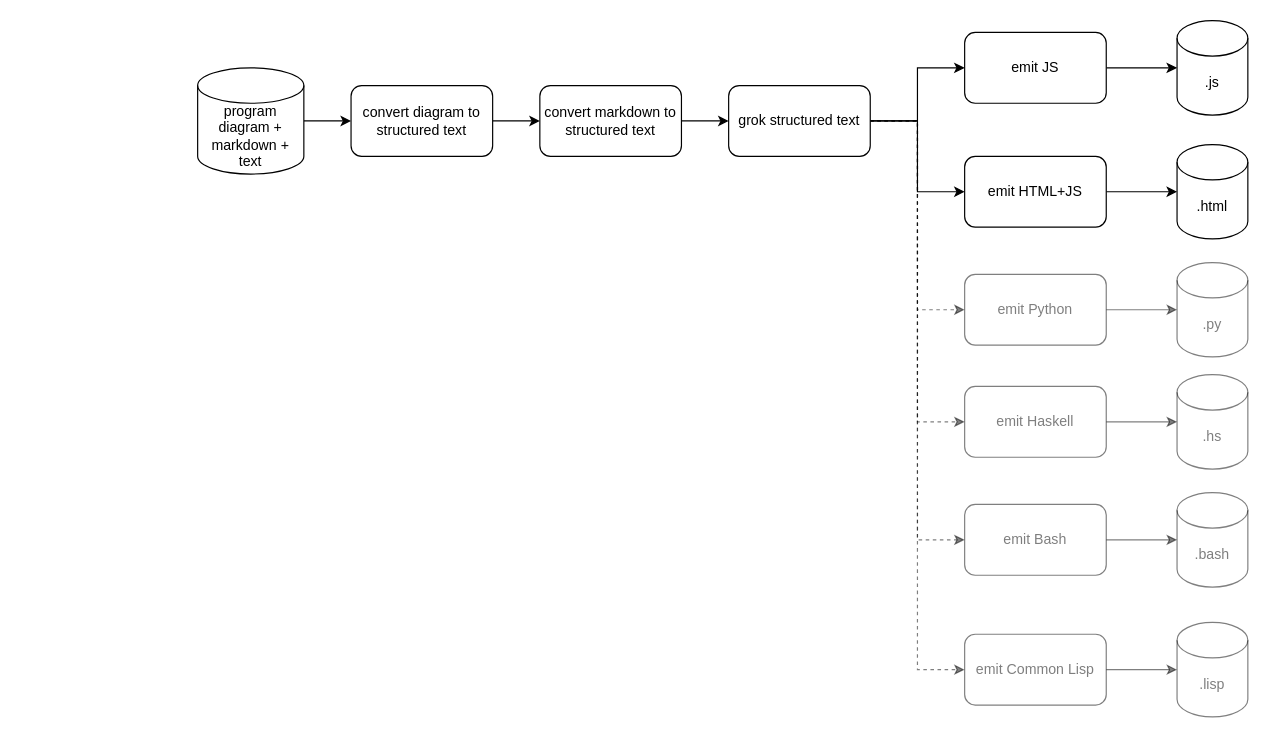
This is page "Page-1" (1 of 2) of scripttranspile/plsuccessiverefinement.drawio from guitarvydas/hamburgerworkbenchT0D, a draw.io file, before an edit. Source tidied: cells renumbered, new cells numbered last; positions are measured from the earlier drawing's top-left corner, leaving out a move shared by most shapes. Both pictures are drawn from the tidied source at 118%, with x=0, y=0 at pixel (197, 20).
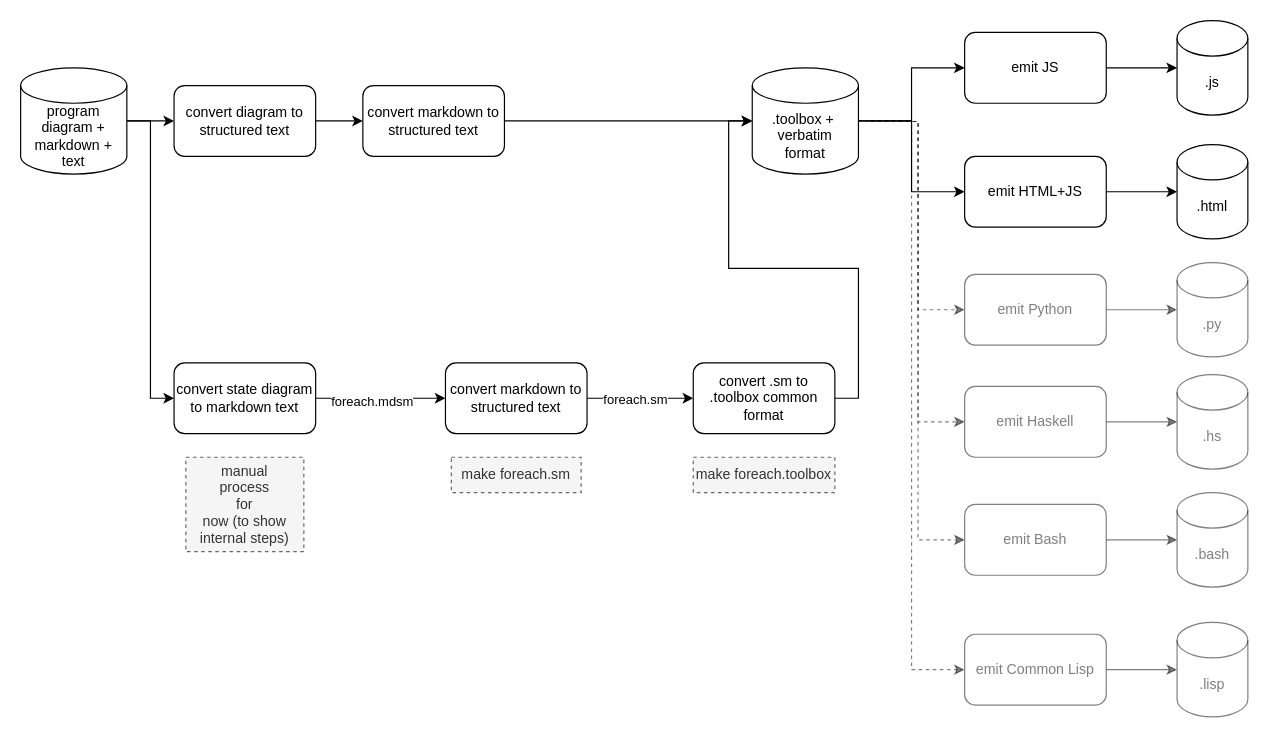
Above is the later version.

Unchanged cells that the change refers to:
```xml
<mxCell id="16" value="emit JS" style="rounded=1;whiteSpace=wrap;html=1;" parent="1" vertex="1">
  <mxGeometry x="650" y="10" width="120" height="60" as="geometry" />
</mxCell>
<mxCell id="19" value="emit HTML+JS" style="rounded=1;whiteSpace=wrap;html=1;" parent="1" vertex="1">
  <mxGeometry x="650" y="115" width="120" height="60" as="geometry" />
</mxCell>
<mxCell id="22" value="emit Python" style="rounded=1;whiteSpace=wrap;html=1;opacity=50;textOpacity=50;" parent="1" vertex="1">
  <mxGeometry x="650" y="215" width="120" height="60" as="geometry" />
</mxCell>
<mxCell id="25" value="emit Haskell" style="rounded=1;whiteSpace=wrap;html=1;opacity=50;textOpacity=50;" parent="1" vertex="1">
  <mxGeometry x="650" y="310" width="120" height="60" as="geometry" />
</mxCell>
<mxCell id="28" value="emit Bash" style="rounded=1;whiteSpace=wrap;html=1;opacity=50;textOpacity=50;" parent="1" vertex="1">
  <mxGeometry x="650" y="410" width="120" height="60" as="geometry" />
</mxCell>
<mxCell id="31" value="emit Common Lisp" style="rounded=1;whiteSpace=wrap;html=1;opacity=50;textOpacity=50;" parent="1" vertex="1">
  <mxGeometry x="650" y="520" width="120" height="60" as="geometry" />
</mxCell>
```

What changed in the source:
```diff
@@
+    <mxCell id="33" style="edgeStyle=orthogonalEdgeStyle;rounded=0;jettySize=auto;html=1;exitX=1;exitY=0.5;exitDx=0;exitDy=0;exitPerimeter=0;entryX=0;entryY=0.5;entryDx=0;entryDy=0;" parent="1" edge="1" source="3" target="38">
+      <mxGeometry relative="1" as="geometry" />
+    </mxCell>
     <mxCell id="3" value="program&lt;br&gt;diagram +&lt;br&gt;markdown +&lt;br&gt;text" style="shape=cylinder3;whiteSpace=wrap;html=1;boundedLbl=1;backgroundOutline=1;size=15;" parent="1" vertex="1">
-      <mxGeometry y="40" width="90" height="90" as="geometry" />
+      <mxGeometry x="-150" y="40" width="90" height="90" as="geometry" />
     </mxCell>
@@
     <mxCell id="5" value="convert diagram to structured text" style="rounded=1;whiteSpace=wrap;html=1;" parent="1" vertex="1">
-      <mxGeometry x="130" y="55" width="120" height="60" as="geometry" />
+      <mxGeometry x="-20" y="55" width="120" height="60" as="geometry" />
     </mxCell>
-    <mxCell id="6" style="edgeStyle=orthogonalEdgeStyle;rounded=0;jettySize=auto;html=1;exitX=1;exitY=0.5;exitDx=0;exitDy=0;entryX=0;entryY=0.5;entryDx=0;entryDy=0;" parent="1" edge="1" source="7" target="14">
+    <mxCell id="6" style="edgeStyle=orthogonalEdgeStyle;rounded=0;jettySize=auto;html=1;exitX=1;exitY=0.5;exitDx=0;exitDy=0;entryX=0;entryY=0.5;entryDx=0;entryDy=0;entryPerimeter=0;" parent="1" edge="1" source="7" target="45">
       <mxGeometry relative="1" as="geometry" />
     </mxCell>
     <mxCell id="7" value="convert markdown to structured text" style="rounded=1;whiteSpace=wrap;html=1;" parent="1" vertex="1">
-      <mxGeometry x="290" y="55" width="120" height="60" as="geometry" />
+      <mxGeometry x="140" y="55" width="120" height="60" as="geometry" />
     </mxCell>
-    <mxCell id="8" style="edgeStyle=orthogonalEdgeStyle;rounded=0;jettySize=auto;html=1;exitX=1;exitY=0.5;exitDx=0;exitDy=0;" parent="1" edge="1" source="14" target="16">
+    <mxCell id="8" style="edgeStyle=orthogonalEdgeStyle;rounded=0;jettySize=auto;html=1;exitX=1;exitY=0.5;exitDx=0;exitDy=0;exitPerimeter=0;" parent="1" edge="1" source="45" target="16">
       <mxGeometry relative="1" as="geometry" />
     </mxCell>
-    <mxCell id="9" style="edgeStyle=orthogonalEdgeStyle;rounded=0;jettySize=auto;html=1;exitX=1;exitY=0.5;exitDx=0;exitDy=0;entryX=0;entryY=0.5;entryDx=0;entryDy=0;" parent="1" edge="1" source="14" target="19">
+    <mxCell id="9" style="edgeStyle=orthogonalEdgeStyle;rounded=0;jettySize=auto;html=1;exitX=1;exitY=0.5;exitDx=0;exitDy=0;entryX=0;entryY=0.5;entryDx=0;entryDy=0;exitPerimeter=0;" parent="1" edge="1" source="45" target="19">
       <mxGeometry relative="1" as="geometry" />
     </mxCell>
-    <mxCell id="10" style="edgeStyle=orthogonalEdgeStyle;rounded=0;jettySize=auto;html=1;exitX=1;exitY=0.5;exitDx=0;exitDy=0;entryX=0;entryY=0.5;entryDx=0;entryDy=0;textOpacity=50;opacity=50;dashed=1;" parent="1" edge="1" source="14" target="22">
-      <mxGeometry relative="1" as="geometry" />
+    <mxCell id="10" style="edgeStyle=orthogonalEdgeStyle;rounded=0;jettySize=auto;html=1;exitX=1;exitY=0.5;exitDx=0;exitDy=0;entryX=0;entryY=0.5;entryDx=0;entryDy=0;textOpacity=50;opacity=50;dashed=1;" parent="1" edge="1" target="22">
+      <mxGeometry relative="1" as="geometry">
+        <mxPoint x="570" y="85" as="sourcePoint" />
+      </mxGeometry>
     </mxCell>
-    <mxCell id="11" style="edgeStyle=orthogonalEdgeStyle;rounded=0;jettySize=auto;html=1;exitX=1;exitY=0.5;exitDx=0;exitDy=0;entryX=0;entryY=0.5;entryDx=0;entryDy=0;textOpacity=50;opacity=50;dashed=1;" parent="1" edge="1" source="14" target="25">
-      <mxGeometry relative="1" as="geometry" />
+    <mxCell id="11" style="edgeStyle=orthogonalEdgeStyle;rounded=0;jettySize=auto;html=1;exitX=1;exitY=0.5;exitDx=0;exitDy=0;entryX=0;entryY=0.5;entryDx=0;entryDy=0;textOpacity=50;opacity=50;dashed=1;" parent="1" edge="1" target="25">
+      <mxGeometry relative="1" as="geometry">
+        <mxPoint x="570" y="85" as="sourcePoint" />
+      </mxGeometry>
     </mxCell>
-    <mxCell id="12" style="edgeStyle=orthogonalEdgeStyle;rounded=0;jettySize=auto;html=1;exitX=1;exitY=0.5;exitDx=0;exitDy=0;entryX=0;entryY=0.5;entryDx=0;entryDy=0;opacity=50;dashed=1;" parent="1" edge="1" source="14" target="28">
-      <mxGeometry relative="1" as="geometry" />
+    <mxCell id="12" style="edgeStyle=orthogonalEdgeStyle;rounded=0;jettySize=auto;html=1;exitX=1;exitY=0.5;exitDx=0;exitDy=0;entryX=0;entryY=0.5;entryDx=0;entryDy=0;opacity=50;dashed=1;" parent="1" edge="1" target="28">
+      <mxGeometry relative="1" as="geometry">
+        <mxPoint x="570" y="85" as="sourcePoint" />
+      </mxGeometry>
     </mxCell>
-    <mxCell id="13" style="edgeStyle=orthogonalEdgeStyle;rounded=0;jettySize=auto;html=1;exitX=1;exitY=0.5;exitDx=0;exitDy=0;dashed=1;opacity=50;entryX=0;entryY=0.5;entryDx=0;entryDy=0;" parent="1" edge="1" source="14" target="31">
+    <mxCell id="13" style="edgeStyle=orthogonalEdgeStyle;rounded=0;jettySize=auto;html=1;exitX=1;exitY=0.5;exitDx=0;exitDy=0;dashed=1;opacity=50;entryX=0;entryY=0.5;entryDx=0;entryDy=0;exitPerimeter=0;" parent="1" edge="1" source="45" target="31">
       <mxGeometry relative="1" as="geometry" />
     </mxCell>
-    <mxCell id="14" value="grok structured text" style="rounded=1;whiteSpace=wrap;html=1;" parent="1" vertex="1">
-      <mxGeometry x="450" y="55" width="120" height="60" as="geometry" />
-    </mxCell>
@@
+    <mxCell id="34" value="manual&lt;br&gt;process&lt;br&gt;for&lt;br&gt;now (to show internal steps)" style="rounded=0;whiteSpace=wrap;html=1;dashed=1;fillColor=#f5f5f5;strokeColor=#666666;fontColor=#333333;" parent="1" vertex="1">
+      <mxGeometry x="-10" y="370" width="100" height="80" as="geometry" />
+    </mxCell>
+    <mxCell id="35" value="make foreach.sm" style="rounded=0;whiteSpace=wrap;html=1;dashed=1;fillColor=#f5f5f5;strokeColor=#666666;fontColor=#333333;" parent="1" vertex="1">
+      <mxGeometry x="215" y="370" width="110" height="30" as="geometry" />
+    </mxCell>
+    <mxCell id="36" style="edgeStyle=orthogonalEdgeStyle;rounded=0;jettySize=auto;html=1;exitX=1;exitY=0.5;exitDx=0;exitDy=0;" parent="1" edge="1" source="38" target="41">
+      <mxGeometry relative="1" as="geometry" />
+    </mxCell>
+    <mxCell id="37" value="foreach.mdsm" style="edgeLabel;html=1;align=center;verticalAlign=middle;" parent="36" vertex="1">
+      <mxGeometry x="-0.15" y="-2" relative="1" as="geometry" />
+    </mxCell>
+    <mxCell id="38" value="convert state diagram to markdown text" style="rounded=1;whiteSpace=wrap;html=1;" parent="1" vertex="1">
+      <mxGeometry x="-20" y="290" width="120" height="60" as="geometry" />
+    </mxCell>
+    <mxCell id="39" style="edgeStyle=orthogonalEdgeStyle;rounded=0;jettySize=auto;html=1;exitX=1;exitY=0.5;exitDx=0;exitDy=0;entryX=0;entryY=0.5;entryDx=0;entryDy=0;" parent="1" edge="1" source="41" target="43">
+      <mxGeometry relative="1" as="geometry" />
+    </mxCell>
+    <mxCell id="40" value="foreach.sm" style="edgeLabel;html=1;align=center;verticalAlign=middle;" parent="39" vertex="1">
+      <mxGeometry x="-0.45" y="-3" relative="1" as="geometry">
+        <mxPoint x="15" y="-3" as="offset" />
+      </mxGeometry>
+    </mxCell>
+    <mxCell id="41" value="convert markdown to structured text" style="rounded=1;whiteSpace=wrap;html=1;" parent="1" vertex="1">
+      <mxGeometry x="210" y="290" width="120" height="60" as="geometry" />
+    </mxCell>
+    <mxCell id="42" style="edgeStyle=orthogonalEdgeStyle;rounded=0;jettySize=auto;html=1;exitX=1;exitY=0.5;exitDx=0;exitDy=0;entryX=0;entryY=0.5;entryDx=0;entryDy=0;entryPerimeter=0;" parent="1" edge="1" source="43" target="45">
+      <mxGeometry relative="1" as="geometry" />
+    </mxCell>
+    <mxCell id="43" value="convert .sm to .toolbox common format" style="rounded=1;whiteSpace=wrap;html=1;" parent="1" vertex="1">
+      <mxGeometry x="420" y="290" width="120" height="60" as="geometry" />
+    </mxCell>
+    <mxCell id="44" value="make foreach.toolbox" style="rounded=0;whiteSpace=wrap;html=1;dashed=1;fillColor=#f5f5f5;strokeColor=#666666;fontColor=#333333;" parent="1" vertex="1">
+      <mxGeometry x="420" y="370" width="120" height="30" as="geometry" />
+    </mxCell>
+    <mxCell id="45" value=".toolbox +&amp;nbsp;&lt;br&gt;verbatim&lt;br&gt;format" style="shape=cylinder3;whiteSpace=wrap;html=1;boundedLbl=1;backgroundOutline=1;size=15;" parent="1" vertex="1">
+      <mxGeometry x="470" y="40" width="90" height="90" as="geometry" />
+    </mxCell>
```
